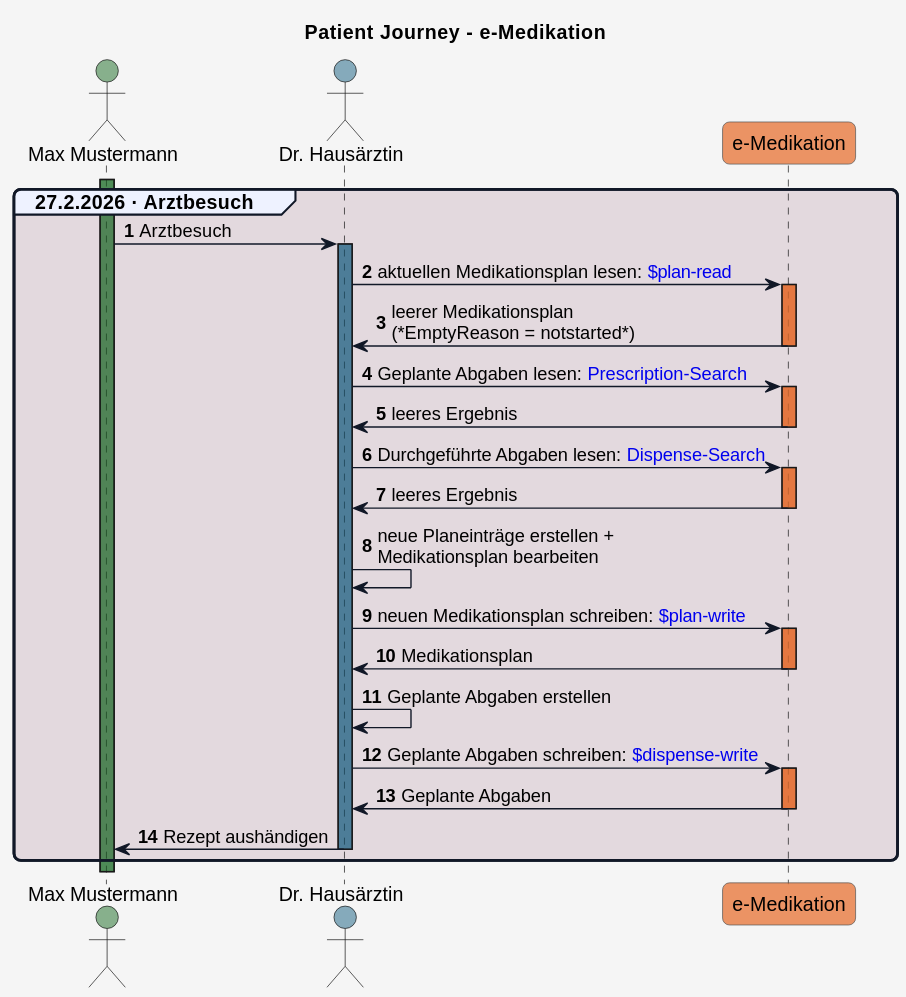
Before: input/images/plantuml/patient_journey_01.svg, a diagram exported from PlantUML (HL7Austria/ELGA-e-Medikation-R4).
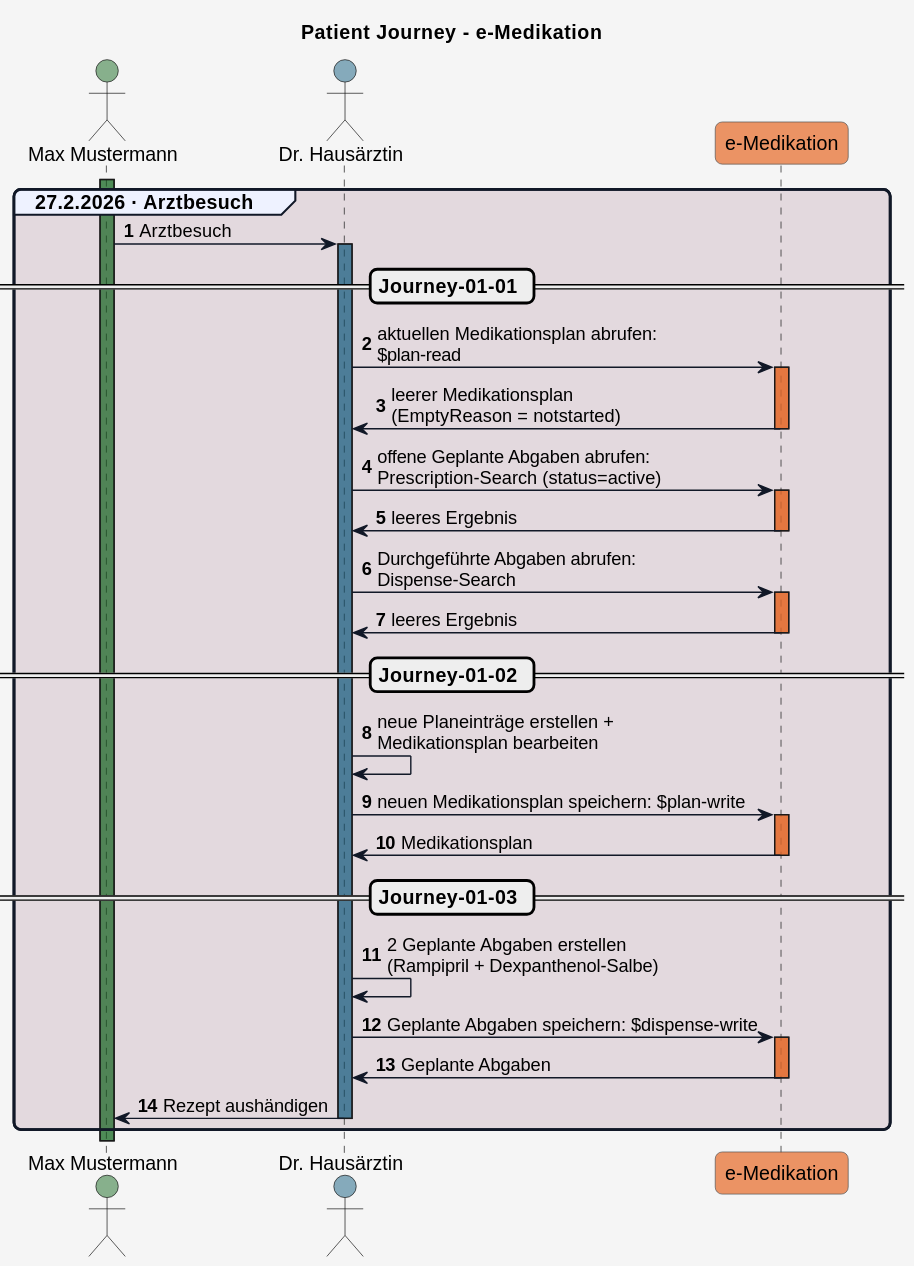
After the change.

Change to the diagram source:
```diff
@@ -68,28 +68,33 @@
   Patient -> Arzt_1: Arztbesuch
   activate Arzt_1 COLOR_GDA_1
 
+  == Journey-01-01 ==
 
-  Arzt_1 -> eMed_FA: aktuellen Medikationsplan lesen: [[Sub_UC_eMed_01.html#sub_uc_emed_01_01---aktuellen-medikationsplan-lesen-plan-read $plan-read]]
+  Arzt_1 -> eMed_FA: aktuellen Medikationsplan abrufen:\n$plan-read
   activate eMed_FA COLOR_EMED_FA
-  eMed_FA -> Arzt_1: leerer Medikationsplan\n(*EmptyReason = notstarted*)
+  eMed_FA -> Arzt_1: leerer Medikationsplan\n(EmptyReason = notstarted)
   deactivate eMed_FA
-  Arzt_1 -> eMed_FA: Geplante Abgaben lesen: [[Sub_UC_eMed_03.html#sub_uc_emed_03_01---geplante-abgaben-lesen-prescription-search Prescription-Search]]
+  Arzt_1 -> eMed_FA: offene Geplante Abgaben abrufen:\nPrescription-Search (status=active)
   activate eMed_FA COLOR_EMED_FA
   eMed_FA -> Arzt_1: leeres Ergebnis
   deactivate eMed_FA
-  Arzt_1 -> eMed_FA: Durchgeführte Abgaben lesen: [[Sub_UC_eMed_03.html#sub_uc_emed_03_02---durchgeführte-abgaben-lesen-dispense-search Dispense-Search]]
+  Arzt_1 -> eMed_FA: Durchgeführte Abgaben abrufen:\nDispense-Search
   activate eMed_FA COLOR_EMED_FA
   eMed_FA -> Arzt_1: leeres Ergebnis
   deactivate eMed_FA
 
+  == Journey-01-02 ==
+
   Arzt_1 -> Arzt_1: neue Planeinträge erstellen +\nMedikationsplan bearbeiten
-  Arzt_1 -> eMed_FA: neuen Medikationsplan schreiben: [[Sub_UC_eMed_02.html#sub_uc_emed_02_01---medikationsplan-schreiben-plan-write $plan-write]]
+  Arzt_1 -> eMed_FA: neuen Medikationsplan speichern: $plan-write
   activate eMed_FA COLOR_EMED_FA
   eMed_FA -> Arzt_1: Medikationsplan
   deactivate eMed_FA
 
-  Arzt_1 -> Arzt_1: Geplante Abgaben erstellen
-  Arzt_1 -> eMed_FA: Geplante Abgaben schreiben: [[Sub_UC_eMed_04.html#sub_uc_emed_04_01---geplante-abgabe-erstellen-prescription-write $dispense-write]]
+  == Journey-01-03 ==
+
+  Arzt_1 -> Arzt_1: 2 Geplante Abgaben erstellen\n(Rampipril + Dexpanthenol-Salbe)
+  Arzt_1 -> eMed_FA: Geplante Abgaben speichern: $dispense-write
   activate eMed_FA COLOR_EMED_FA
   eMed_FA -> Arzt_1: Geplante Abgaben
   deactivate eMed_FA
```
